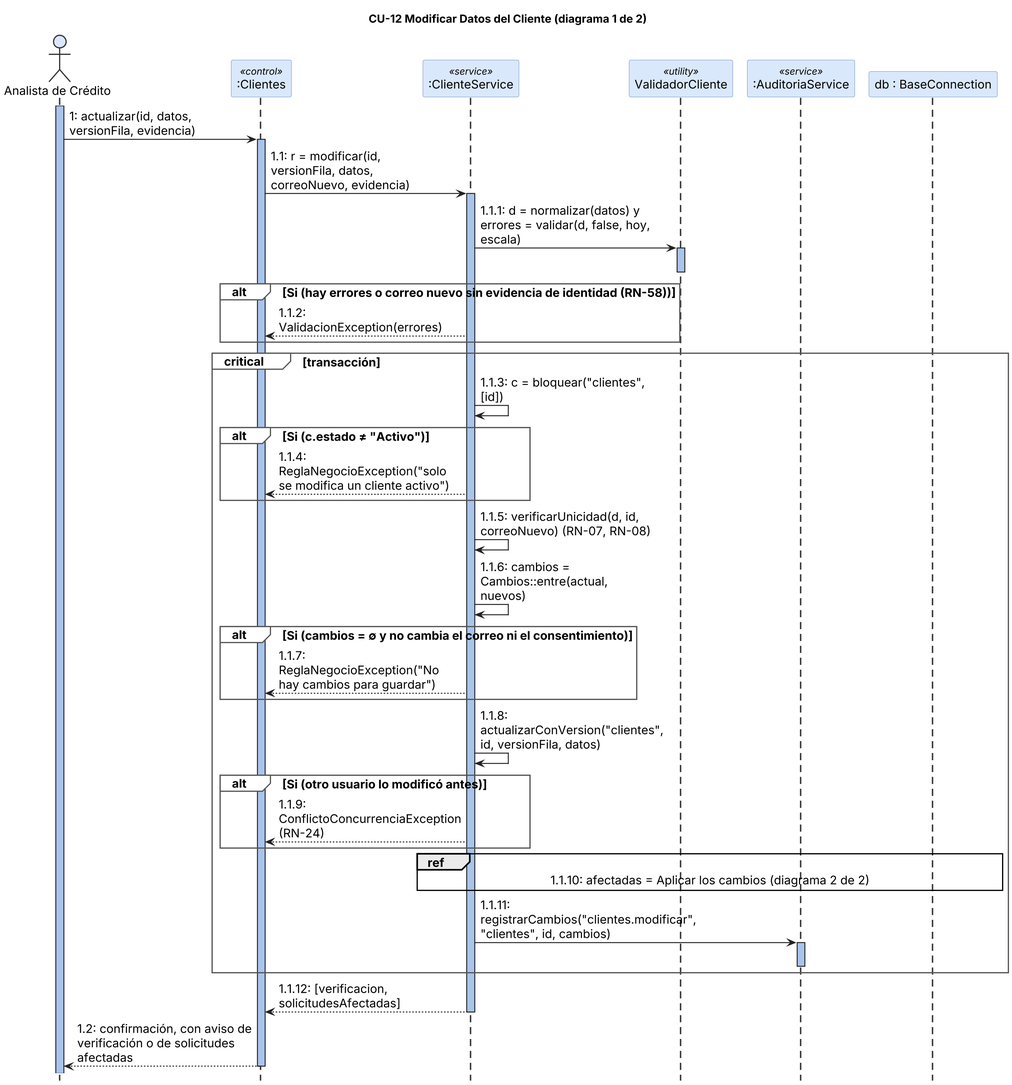
The PlantUML diagram docs/diseno/secuencias/png/cu12_1.png in ivanthoux/sigccr, before a commit.
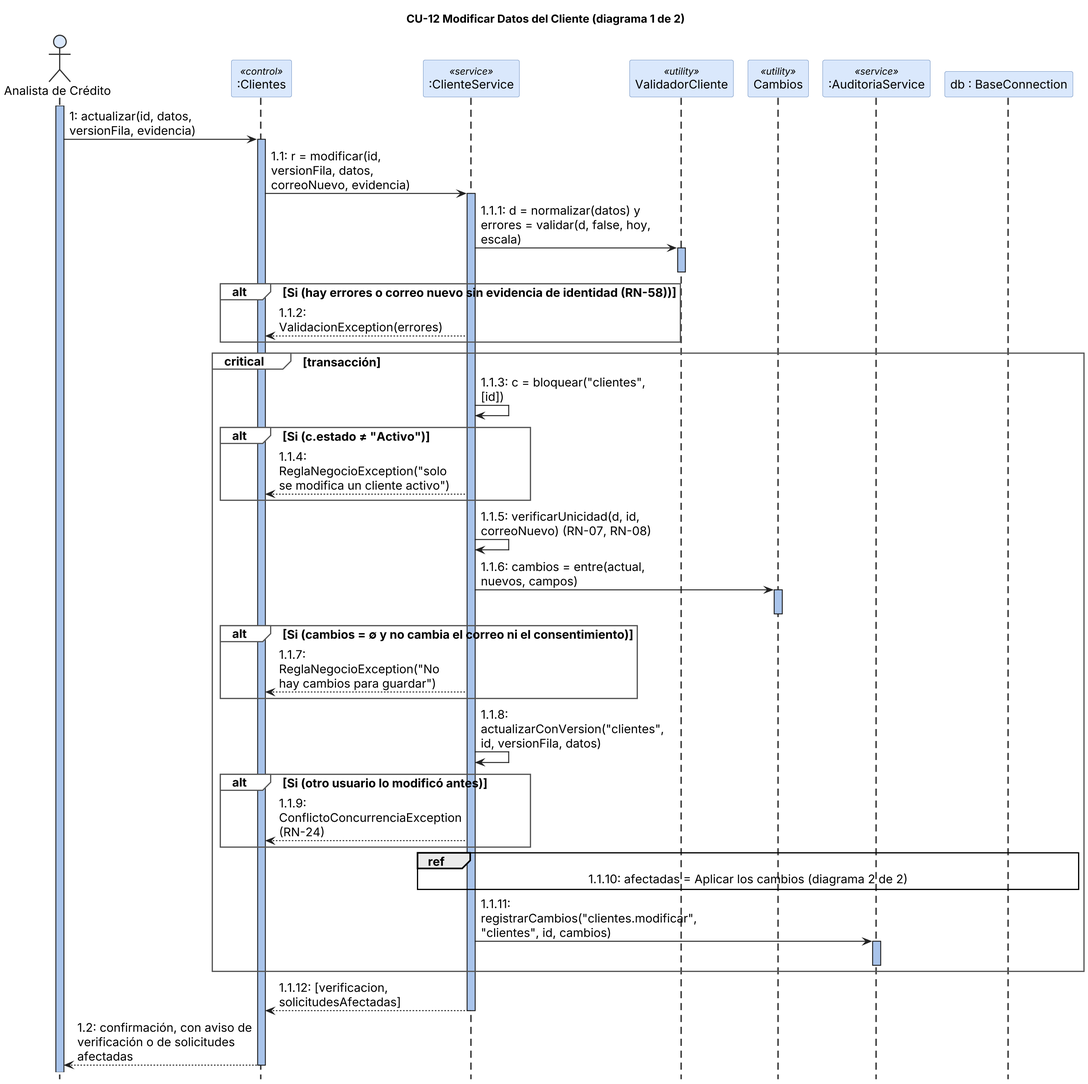
After the change.

The edit, as a diff of the source:
```diff
@@ -6,6 +6,7 @@
 participant ":Clientes" as C <<control>>
 participant ":ClienteService" as S <<service>>
 participant "ValidadorCliente" as VC <<utility>>
+participant "Cambios" as CB <<utility>>
 participant ":AuditoriaService" as AU <<service>>
 participant "db : BaseConnection" as DB
 activate AN
@@ -22,7 +23,8 @@
     S --> C : 1.1.4: ReglaNegocioException("solo se modifica un cliente activo")
   end
   S -> S : 1.1.5: verificarUnicidad(d, id, correoNuevo) (RN-07, RN-08)
-  S -> S : 1.1.6: cambios = Cambios::entre(actual, nuevos)
+  S -> CB ++ : 1.1.6: cambios = entre(actual, nuevos, campos)
+  deactivate CB
   alt Si (cambios = ∅ y no cambia el correo ni el consentimiento)
     S --> C : 1.1.7: ReglaNegocioException("No hay cambios para guardar")
   end
```
